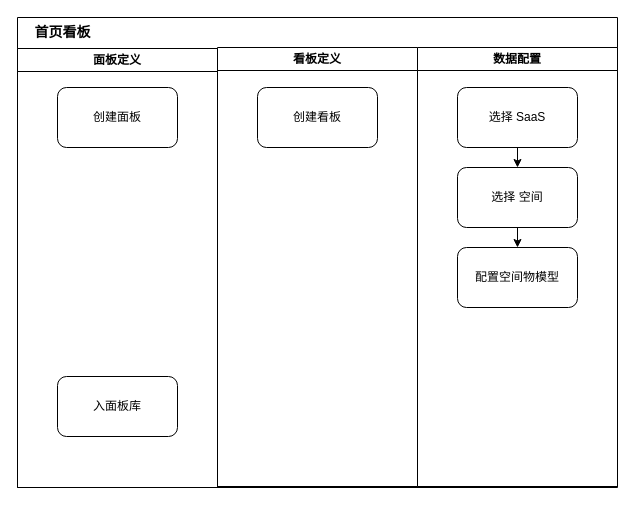
The draw.io diagram 空间智能化.drawio in Sidamor/drawio, before the edit. Source tidied: cells renumbered, new cells numbered last; positions are measured from the earlier drawing's top-left corner, leaving out a move shared by most shapes. Both pictures are drawn from the tidied source at 100%, with x=0, y=0 at pixel (17, 17).
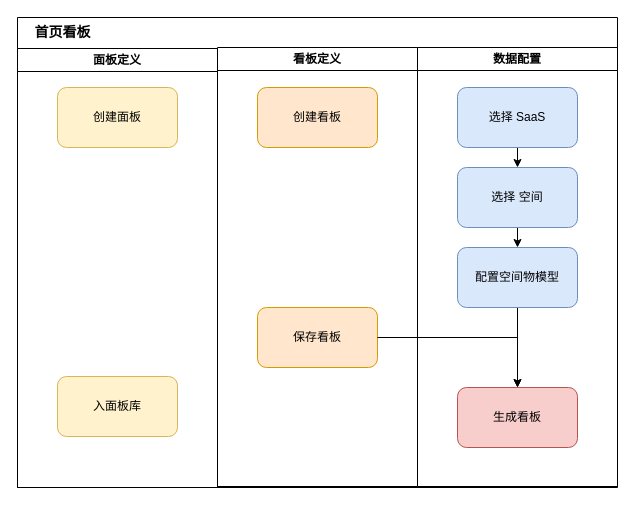
The same page after the edit.

Commit message (it also covers changes not shown here):
更新空间智能化.drawio

Change to the diagram source:
```diff
@@
 <mxGraphModel>
   <root>
     <mxCell id="0" />
     <mxCell id="1" parent="0" />
     <mxCell id="2" style="swimlane;startSize=0;" parent="1" vertex="1">
       <mxGeometry width="600" height="470" as="geometry" />
     </mxCell>
     <mxCell id="3" value="看板定义" style="swimlane;whiteSpace=wrap;html=1;" parent="2" vertex="1">
       <mxGeometry x="200" y="30" width="200" height="439" as="geometry" />
     </mxCell>
-    <mxCell id="4" value="创建看板" style="rounded=1;whiteSpace=wrap;html=1;" parent="3" vertex="1">
+    <mxCell id="4" value="创建看板" style="rounded=1;whiteSpace=wrap;html=1;fillColor=#ffe6cc;strokeColor=#d79b00;" parent="3" vertex="1">
       <mxGeometry x="40" y="40" width="120" height="60" as="geometry" />
     </mxCell>
+    <mxCell id="15" value="保存看板" style="rounded=1;whiteSpace=wrap;html=1;fillColor=#ffe6cc;strokeColor=#d79b00;" parent="3" vertex="1">
+      <mxGeometry x="40" y="260" width="120" height="60" as="geometry" />
+    </mxCell>
     <mxCell id="5" value="数据配置" style="swimlane;whiteSpace=wrap;html=1;" parent="2" vertex="1">
       <mxGeometry x="400" y="30" width="200" height="439" as="geometry" />
     </mxCell>
     <mxCell id="6" style="edgeStyle=orthogonalEdgeStyle;rounded=0;jettySize=auto;html=1;exitX=0.5;exitY=1;exitDx=0;exitDy=0;entryX=0.5;entryY=0;entryDx=0;entryDy=0;" parent="5" edge="1" source="7" target="9">
       <mxGeometry relative="1" as="geometry" />
     </mxCell>
-    <mxCell id="7" value="选择 SaaS" style="rounded=1;whiteSpace=wrap;html=1;" parent="5" vertex="1">
+    <mxCell id="7" value="选择 SaaS" style="rounded=1;whiteSpace=wrap;html=1;fillColor=#dae8fc;strokeColor=#6c8ebf;" parent="5" vertex="1">
       <mxGeometry x="40" y="40" width="120" height="60" as="geometry" />
     </mxCell>
     <mxCell id="8" style="edgeStyle=orthogonalEdgeStyle;rounded=0;jettySize=auto;html=1;exitX=0.5;exitY=1;exitDx=0;exitDy=0;entryX=0.5;entryY=0;entryDx=0;entryDy=0;" parent="5" edge="1" source="9">
       <mxGeometry relative="1" as="geometry">
         <mxPoint x="100" y="200" as="targetPoint" />
       </mxGeometry>
     </mxCell>
-    <mxCell id="9" value="选择 空间" style="rounded=1;whiteSpace=wrap;html=1;" parent="5" vertex="1">
+    <mxCell id="9" value="选择 空间" style="rounded=1;whiteSpace=wrap;html=1;fillColor=#dae8fc;strokeColor=#6c8ebf;" parent="5" vertex="1">
       <mxGeometry x="40" y="120" width="120" height="60" as="geometry" />
     </mxCell>
+    <mxCell id="16" style="edgeStyle=orthogonalEdgeStyle;rounded=0;jettySize=auto;html=1;" parent="5" edge="1" source="10" target="17">
+      <mxGeometry relative="1" as="geometry" />
+    </mxCell>
-    <mxCell id="10" value="配置空间物模型" style="rounded=1;whiteSpace=wrap;html=1;" parent="5" vertex="1">
+    <mxCell id="10" value="配置空间物模型" style="rounded=1;whiteSpace=wrap;html=1;fillColor=#dae8fc;strokeColor=#6c8ebf;" parent="5" vertex="1">
       <mxGeometry x="40" y="200" width="120" height="60" as="geometry" />
     </mxCell>
+    <mxCell id="17" value="生成看板" style="rounded=1;whiteSpace=wrap;html=1;fillColor=#f8cecc;strokeColor=#b85450;" parent="5" vertex="1">
+      <mxGeometry x="40" y="340" width="120" height="60" as="geometry" />
+    </mxCell>
     <mxCell id="11" value="&lt;font style=&quot;font-size: 14px;&quot;&gt;&lt;b&gt;首页看板&lt;/b&gt;&lt;/font&gt;" style="text;html=1;align=center;verticalAlign=middle;strokeColor=none;fillColor=none;" parent="2" vertex="1">
       <mxGeometry x="5" width="80" height="30" as="geometry" />
     </mxCell>
+    <mxCell id="18" style="edgeStyle=orthogonalEdgeStyle;rounded=0;jettySize=auto;html=1;exitX=1;exitY=0.5;exitDx=0;exitDy=0;entryX=0.5;entryY=0;entryDx=0;entryDy=0;" parent="2" edge="1" source="15" target="17">
+      <mxGeometry relative="1" as="geometry" />
+    </mxCell>
     <mxCell id="12" value="面板定义" style="swimlane;whiteSpace=wrap;html=1;" parent="1" vertex="1">
       <mxGeometry y="31" width="200" height="439" as="geometry" />
     </mxCell>
-    <mxCell id="13" value="创建面板" style="rounded=1;whiteSpace=wrap;html=1;" parent="12" vertex="1">
+    <mxCell id="13" value="创建面板" style="rounded=1;whiteSpace=wrap;html=1;fillColor=#fff2cc;strokeColor=#d6b656;" parent="12" vertex="1">
       <mxGeometry x="40" y="39" width="120" height="60" as="geometry" />
     </mxCell>
-    <mxCell id="14" value="入面板库" style="rounded=1;whiteSpace=wrap;html=1;" parent="12" vertex="1">
+    <mxCell id="14" value="入面板库" style="rounded=1;whiteSpace=wrap;html=1;fillColor=#fff2cc;strokeColor=#d6b656;" parent="12" vertex="1">
       <mxGeometry x="40" y="328" width="120" height="60" as="geometry" />
     </mxCell>
   </root>
 </mxGraphModel>
```
